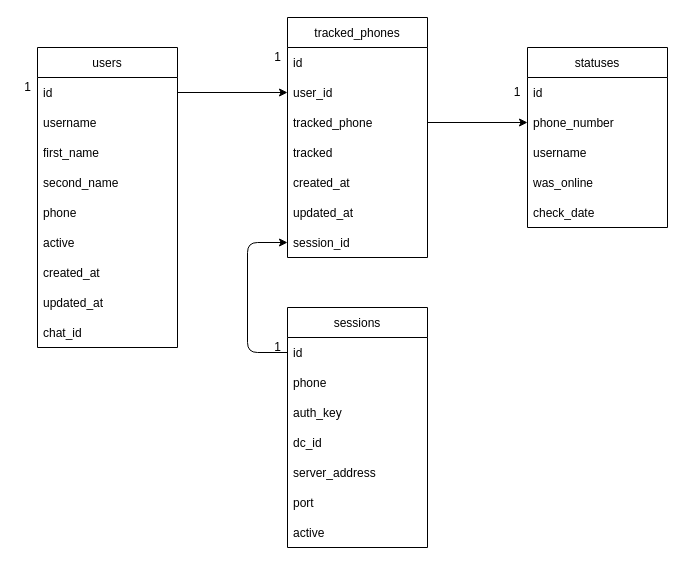
Above: db_schema.drawio in in-contact-online/inContact (draw.io), before the change. Source tidied: cells renumbered, new cells numbered last; positions are measured from the earlier drawing's top-left corner, leaving out a move shared by most shapes. Both pictures are drawn from the tidied source at 100%, with x=0, y=0 at pixel (17, 17).
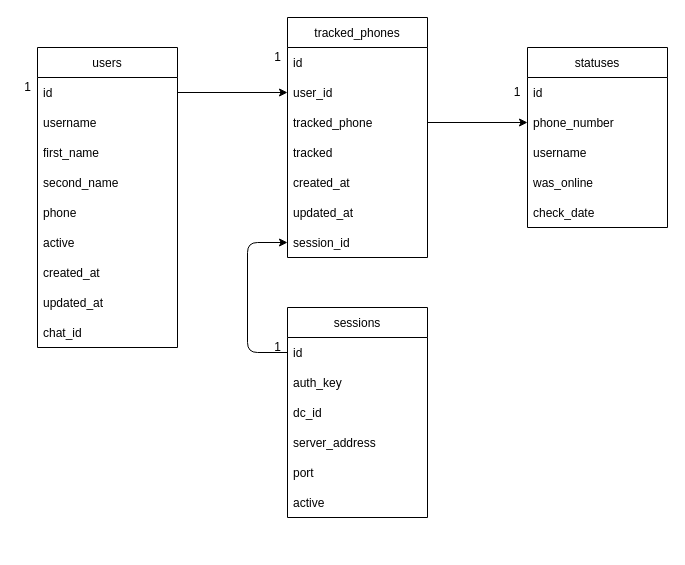
Above is the later version.

Unchanged cells that the change refers to:
```xml
<mxCell id="34" style="group;" parent="1" vertex="1">
  <mxGeometry x="250" y="290" width="160" height="60" as="geometry" />
</mxCell>
```

Diff of the diagram source:
```diff
@@
     <mxCell id="35" value="sessions" style="swimlane;fontStyle=0;horizontal=1;startSize=30;" parent="34" vertex="1">
-      <mxGeometry x="20" width="140" height="240" as="geometry" />
+      <mxGeometry x="20" width="140" height="210" as="geometry" />
     </mxCell>
@@
-    <mxCell id="37" value="phone" style="text;strokeColor=none;fillColor=none;align=left;verticalAlign=middle;spacingLeft=4;spacingRight=4;overflow=hidden;" parent="35" vertex="1">
-      <mxGeometry y="60" width="140" height="30" as="geometry" />
-    </mxCell>
     <mxCell id="38" value="auth_key" style="text;strokeColor=none;fillColor=none;align=left;verticalAlign=middle;spacingLeft=4;spacingRight=4;overflow=hidden;" parent="35" vertex="1">
-      <mxGeometry y="90" width="140" height="30" as="geometry" />
+      <mxGeometry y="60" width="140" height="30" as="geometry" />
     </mxCell>
     <mxCell id="39" value="dc_id" style="text;strokeColor=none;fillColor=none;align=left;verticalAlign=middle;spacingLeft=4;spacingRight=4;overflow=hidden;" parent="35" vertex="1">
-      <mxGeometry y="120" width="140" height="30" as="geometry" />
+      <mxGeometry y="90" width="140" height="30" as="geometry" />
     </mxCell>
     <mxCell id="40" value="server_address" style="text;strokeColor=none;fillColor=none;align=left;verticalAlign=middle;spacingLeft=4;spacingRight=4;overflow=hidden;" parent="35" vertex="1">
-      <mxGeometry y="150" width="140" height="30" as="geometry" />
+      <mxGeometry y="120" width="140" height="30" as="geometry" />
     </mxCell>
     <mxCell id="41" value="port" style="text;strokeColor=none;fillColor=none;align=left;verticalAlign=middle;spacingLeft=4;spacingRight=4;overflow=hidden;" parent="35" vertex="1">
-      <mxGeometry y="180" width="140" height="30" as="geometry" />
+      <mxGeometry y="150" width="140" height="30" as="geometry" />
     </mxCell>
     <mxCell id="42" value="active" style="text;strokeColor=none;fillColor=none;align=left;verticalAlign=middle;spacingLeft=4;spacingRight=4;overflow=hidden;" parent="35" vertex="1">
-      <mxGeometry y="210" width="140" height="30" as="geometry" />
+      <mxGeometry y="180" width="140" height="30" as="geometry" />
     </mxCell>
```
